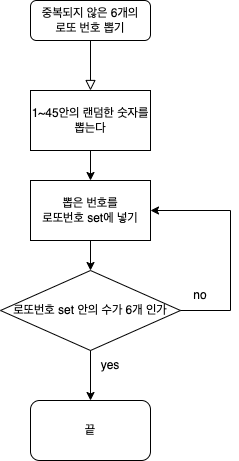
Above: CodeStarterCamp_Week2/step1.png in yagom-academy/swift-starter-Round2 (draw.io), before the change. Source tidied: cells renumbered, new cells last; positions are measured from the earlier drawing's top-left corner, leaving out a move shared by most shapes.
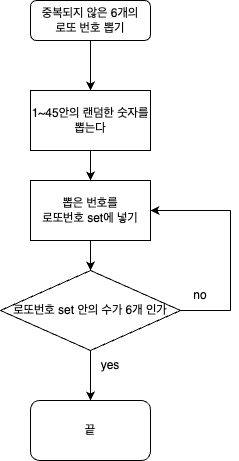
Later version of the same file.

Commit message:
순서도 수정

The edit, as a diff of the source:
```diff
@@ -2,11 +2,6 @@
   <root>
     <mxCell id="0" />
     <mxCell id="1" parent="0" />
-    <mxCell id="2" style="rounded=0;html=1;jettySize=auto;fontSize=11;endArrow=block;endFill=0;endSize=8;strokeWidth=1;shadow=0;labelBackgroundColor=none;edgeStyle=orthogonalEdgeStyle;" parent="1" edge="1" source="3">
-      <mxGeometry relative="1" as="geometry">
-        <mxPoint x="90" y="90" as="targetPoint" />
-      </mxGeometry>
-    </mxCell>
     <mxCell id="3" value="중복되지 않은 6개의 &lt;br&gt;로또 번호 뽑기" style="rounded=1;whiteSpace=wrap;html=1;fontSize=12;glass=0;strokeWidth=1;shadow=0;" parent="1" vertex="1">
       <mxGeometry x="30" width="120" height="40" as="geometry" />
     </mxCell>
@@ -58,5 +53,8 @@
     <mxCell id="15" value="끝" style="rounded=1;whiteSpace=wrap;html=1;" parent="1" vertex="1">
       <mxGeometry x="30" y="400" width="120" height="60" as="geometry" />
     </mxCell>
+    <mxCell id="16" style="endArrow=classic;html=1;rounded=0;exitX=0.5;exitY=1;exitDx=0;exitDy=0;entryX=0.5;entryY=0;entryDx=0;entryDy=0;" parent="1" edge="1" source="3" target="4">
+      <mxGeometry relative="1" as="geometry" />
+    </mxCell>
   </root>
 </mxGraphModel>
```
